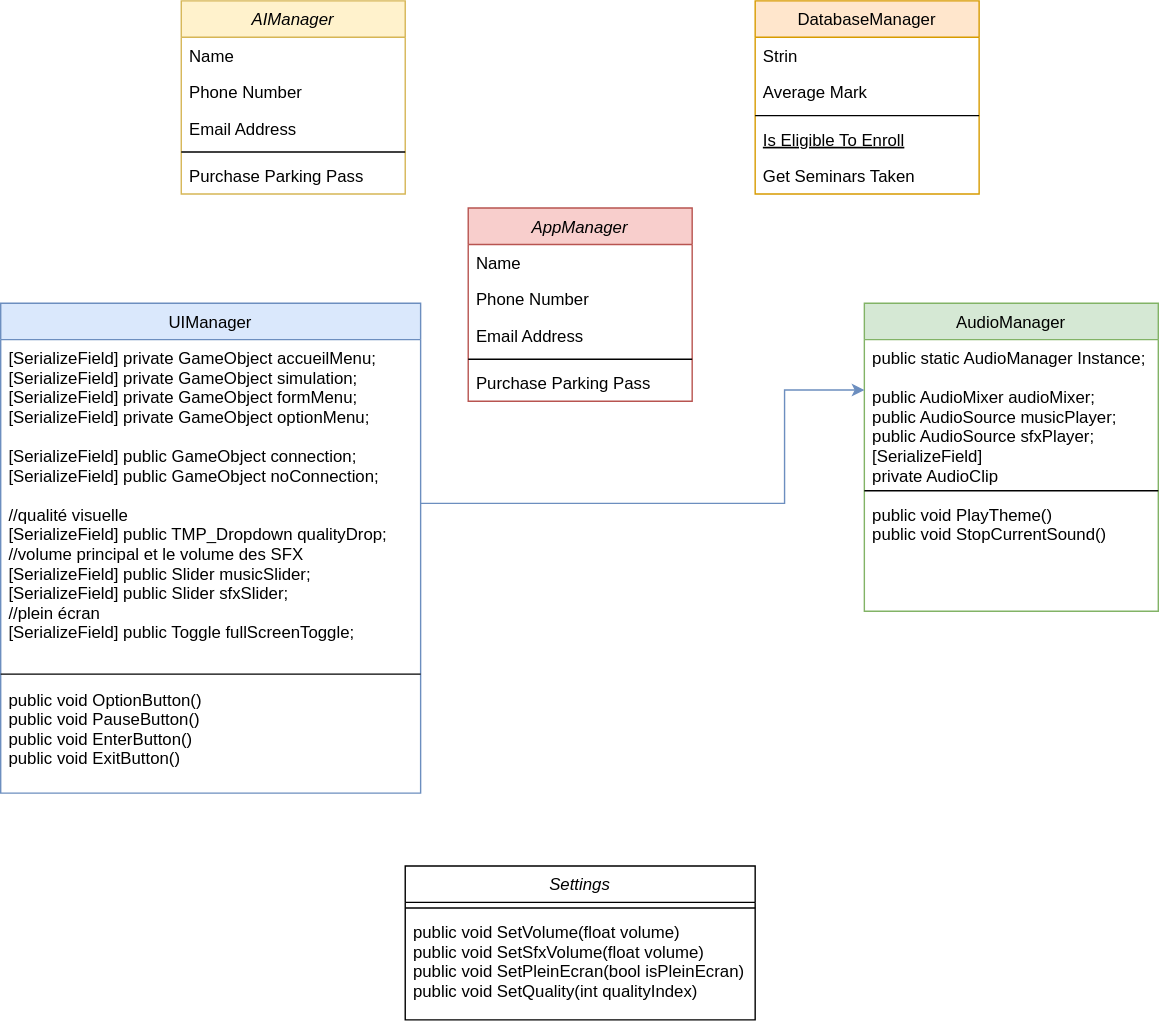
Above: Stage.drawio.svg in Ashura100/ProjetStage (draw.io), before the change. Source tidied: cells renumbered, new cells last; positions are measured from the earlier drawing's top-left corner, leaving out a move shared by most shapes.
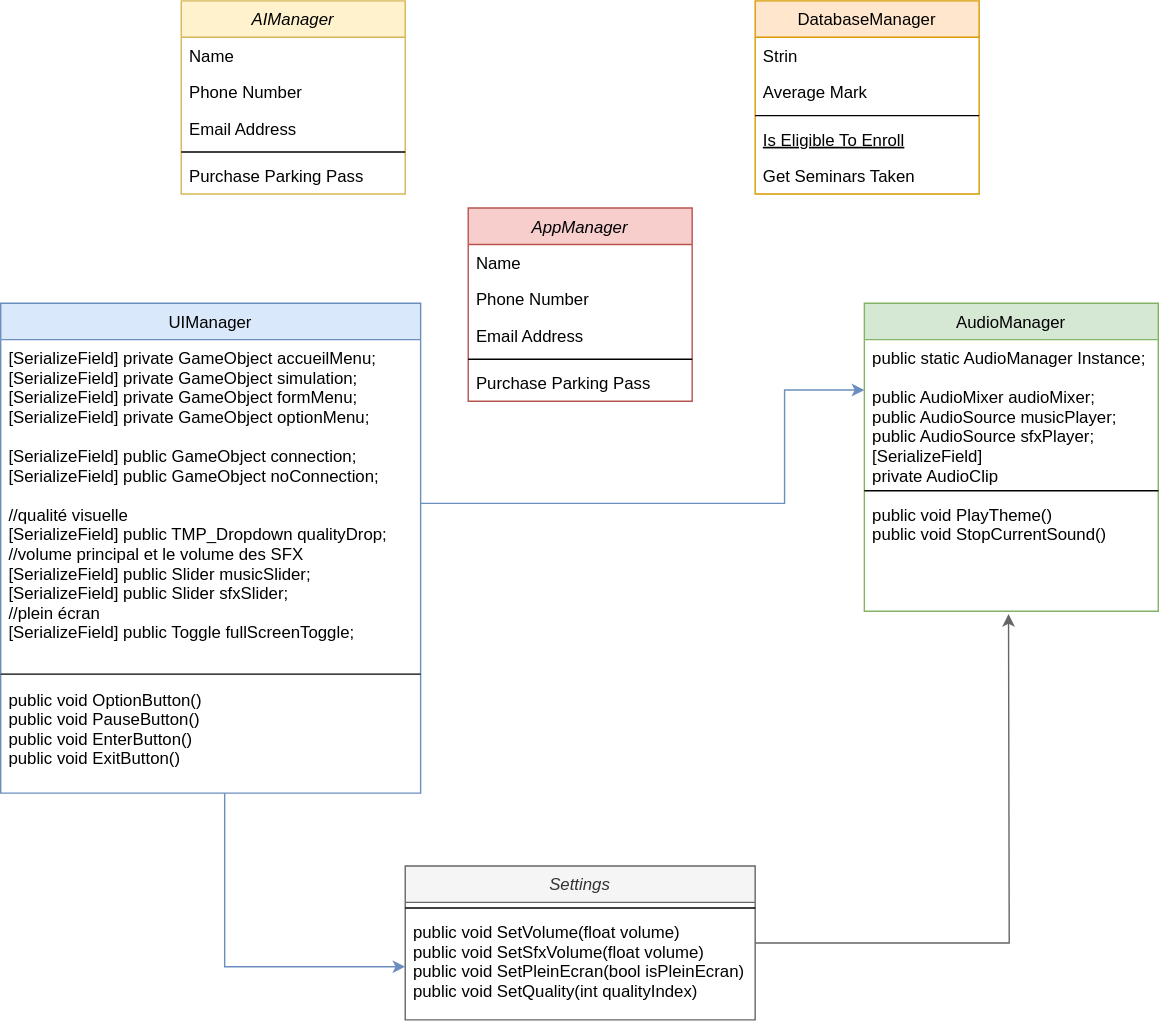
After the change.

Commit message:
Mettre à jour Stage.drawio.svg

What changed in the source:
```diff
@@ -2,7 +2,12 @@
   <root>
     <mxCell id="0" />
     <mxCell id="1" parent="0" />
+    <mxCell id="32" style="edgeStyle=orthogonalEdgeStyle;rounded=0;jettySize=auto;html=1;fillColor=#f5f5f5;strokeColor=#666666;" parent="1" edge="1" source="2">
+      <mxGeometry relative="1" as="geometry">
+        <mxPoint x="720" y="438" as="targetPoint" />
+      </mxGeometry>
+    </mxCell>
-    <mxCell id="2" value="Settings" style="swimlane;fontStyle=2;align=center;verticalAlign=top;horizontal=1;startSize=26;rounded=0;shadow=0;strokeWidth=1;" parent="1" vertex="1">
+    <mxCell id="2" value="Settings" style="swimlane;fontStyle=2;align=center;verticalAlign=top;horizontal=1;startSize=26;rounded=0;shadow=0;strokeWidth=1;fillColor=#f5f5f5;fontColor=#333333;strokeColor=#666666;" parent="1" vertex="1">
       <mxGeometry x="289" y="618" width="250" height="110" as="geometry" />
     </mxCell>
     <mxCell id="3" style="line;html=1;strokeWidth=1;align=left;verticalAlign=middle;spacingTop=-1;spacingLeft=3;spacingRight=3;labelPosition=right;" parent="2" vertex="1">
@@ -97,5 +102,12 @@
         </Array>
       </mxGeometry>
     </mxCell>
+    <mxCell id="33" style="edgeStyle=orthogonalEdgeStyle;rounded=0;jettySize=auto;html=1;entryX=0;entryY=0.5;entryDx=0;entryDy=0;fillColor=#dae8fc;strokeColor=#6c8ebf;" parent="1" edge="1" source="14" target="4">
+      <mxGeometry relative="1" as="geometry">
+        <Array as="points">
+          <mxPoint x="160" y="690" />
+        </Array>
+      </mxGeometry>
+    </mxCell>
   </root>
 </mxGraphModel>
```
